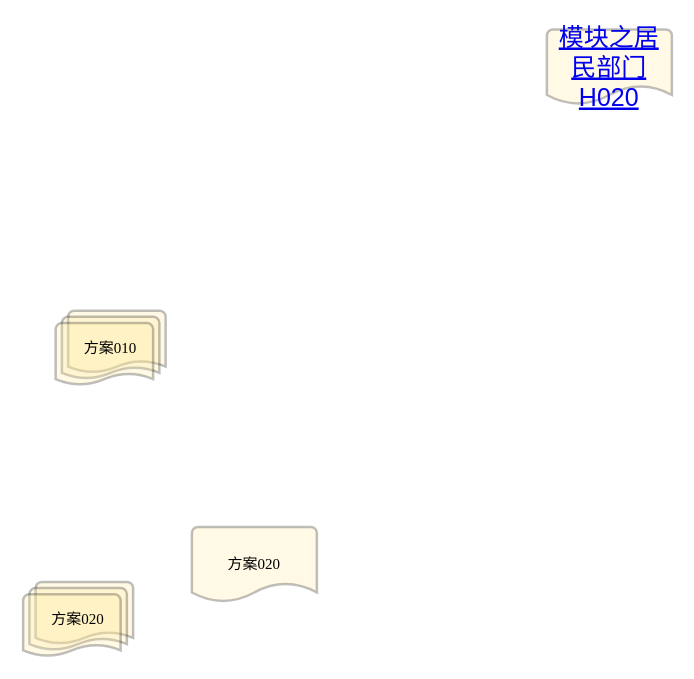
Earlier version of the draw.io diagram page "关系图之于模块之于系统性金融风险建模" (1 of 12) of Models/模型框架示意图/系统性金融风险建模.drawio (ComplexScienceLab/SystemicRiskSimulator). Source tidied: cells renumbered, new cells numbered last; positions are measured from the earlier drawing's top-left corner, leaving out a move shared by most shapes. Both pictures are drawn from the tidied source at 125%, with x=0, y=0 at pixel (22, 29).
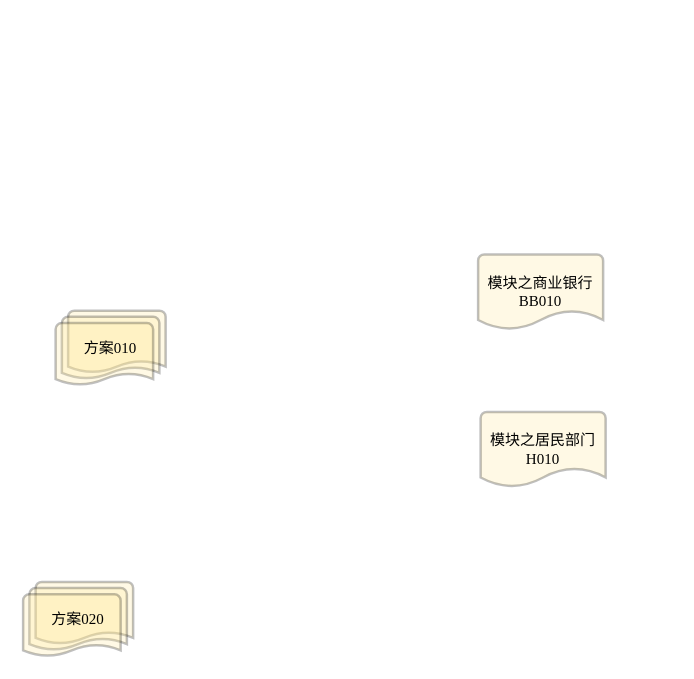
After the change.

The edit, as a diff of the source:
```diff
@@
 <mxGraphModel>
   <root>
     <mxCell id="0" />
     <mxCell id="1" parent="0" />
-    <mxCell id="2" value="&lt;a href=&quot;../%E6%A8%A1%E5%9E%8B%E6%A1%86%E6%9E%B6%E6%A8%A1%E5%9D%97/%E6%A8%A1%E5%9D%97%E4%B9%8B%E5%B1%85%E6%B0%91%E9%83%A8%E9%97%A8H020.mmd&quot; style=&quot;box-sizing: border-box ; cursor: pointer ; font-family: &amp;#34;vollkorn&amp;#34; ; font-size: 20px ; text-align: left&quot;&gt;&lt;span class=&quot;md-plain&quot; style=&quot;box-sizing: border-box&quot;&gt;模块之居民部门H020&lt;/span&gt;&lt;/a&gt;" style="strokeWidth=2;html=1;shape=mxgraph.flowchart.document2;whiteSpace=wrap;size=0.25;labelBackgroundColor=none;fontFamily=Times New Roman;fillColor=#FFE599;opacity=25;" parent="1" vertex="1">
-      <mxGeometry x="419" width="100" height="60" as="geometry" />
-    </mxCell>
-    <mxCell id="3" value="方案020" style="strokeWidth=2;html=1;shape=mxgraph.flowchart.document2;whiteSpace=wrap;size=0.25;labelBackgroundColor=none;fontFamily=Times New Roman;fillColor=#FFE599;opacity=25;" parent="1" vertex="1">
-      <mxGeometry x="135" y="398" width="100" height="60" as="geometry" />
+    <mxCell id="3" value="模块之商业银行BB010" style="strokeWidth=2;html=1;shape=mxgraph.flowchart.document2;whiteSpace=wrap;size=0.25;labelBackgroundColor=none;fontFamily=Times New Roman;fillColor=#FFE599;opacity=25;" parent="1" vertex="1">
+      <mxGeometry x="364" y="180" width="100" height="60" as="geometry" />
     </mxCell>
     <mxCell id="4" value="方案010" style="strokeWidth=2;html=1;shape=mxgraph.flowchart.multi-document;whiteSpace=wrap;labelBackgroundColor=none;fontFamily=Times New Roman;fillColor=#FFE599;opacity=25;" parent="1" vertex="1">
       <mxGeometry x="26" y="225" width="88" height="60" as="geometry" />
     </mxCell>
     <mxCell id="5" value="方案020" style="strokeWidth=2;html=1;shape=mxgraph.flowchart.multi-document;whiteSpace=wrap;labelBackgroundColor=none;fontFamily=Times New Roman;fillColor=#FFE599;opacity=25;" parent="1" vertex="1">
       <mxGeometry y="442" width="88" height="60" as="geometry" />
     </mxCell>
+    <mxCell id="6" value="模块之居民部门H010" style="strokeWidth=2;html=1;shape=mxgraph.flowchart.document2;whiteSpace=wrap;size=0.25;labelBackgroundColor=none;fontFamily=Times New Roman;fillColor=#FFE599;opacity=25;" parent="1" vertex="1">
+      <mxGeometry x="366" y="306" width="100" height="60" as="geometry" />
+    </mxCell>
   </root>
 </mxGraphModel>
```
